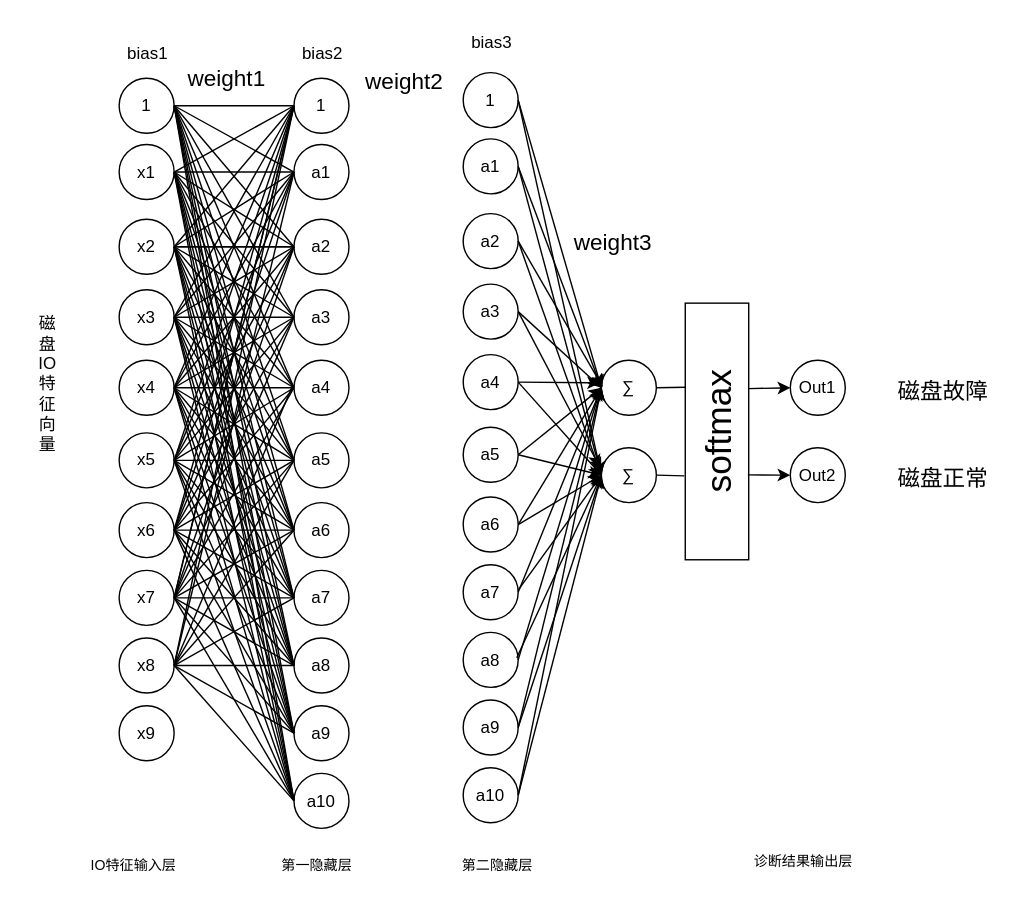
This is 专利-神经网络结构.drawio from yihezhou/diagrams, a draw.io file, before an edit. Source tidied: cells renumbered, new cells numbered last; positions are measured from the earlier drawing's top-left corner, leaving out a move shared by most shapes. Both pictures are drawn from the tidied source at 141%, with x=0, y=0 at pixel (24, 24).
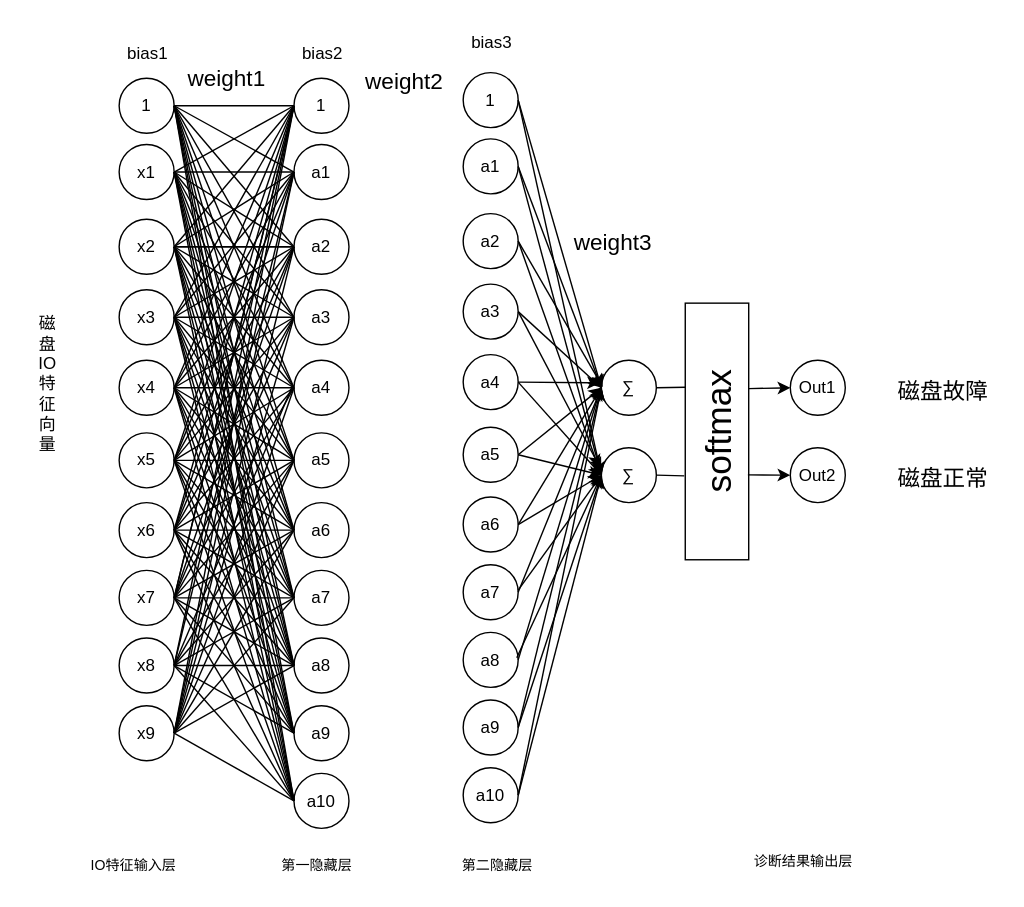
After the change.

Commit message (it also covers changes not shown here):
更新专利-神经网络结构.drawio

The change refers to these unchanged cells:
```xml
<mxCell id="12" value="x9" style="ellipse;whiteSpace=wrap;html=1;" parent="1" vertex="1">
  <mxGeometry x="67" y="483" width="39" height="39" as="geometry" />
</mxCell>
<mxCell id="14" value="a1" style="ellipse;whiteSpace=wrap;html=1;" parent="1" vertex="1">
  <mxGeometry x="191" y="85" width="39" height="39" as="geometry" />
</mxCell>
<mxCell id="15" value="a2" style="ellipse;whiteSpace=wrap;html=1;" parent="1" vertex="1">
  <mxGeometry x="191" y="138" width="39" height="39" as="geometry" />
</mxCell>
<mxCell id="16" value="a3" style="ellipse;whiteSpace=wrap;html=1;" parent="1" vertex="1">
  <mxGeometry x="191" y="188" width="39" height="39" as="geometry" />
</mxCell>
<mxCell id="17" value="a4" style="ellipse;whiteSpace=wrap;html=1;" parent="1" vertex="1">
  <mxGeometry x="191" y="238" width="39" height="39" as="geometry" />
</mxCell>
<mxCell id="18" value="a5" style="ellipse;whiteSpace=wrap;html=1;" parent="1" vertex="1">
  <mxGeometry x="191" y="289.5" width="39" height="39" as="geometry" />
</mxCell>
<mxCell id="19" value="a6" style="ellipse;whiteSpace=wrap;html=1;" parent="1" vertex="1">
  <mxGeometry x="191" y="339" width="39" height="39" as="geometry" />
</mxCell>
<mxCell id="20" value="a7" style="ellipse;whiteSpace=wrap;html=1;" parent="1" vertex="1">
  <mxGeometry x="191" y="387" width="39" height="39" as="geometry" />
</mxCell>
<mxCell id="21" value="a8" style="ellipse;whiteSpace=wrap;html=1;" parent="1" vertex="1">
  <mxGeometry x="191" y="435" width="39" height="39" as="geometry" />
</mxCell>
<mxCell id="23" value="1" style="ellipse;whiteSpace=wrap;html=1;" parent="1" vertex="1">
  <mxGeometry x="191" y="38" width="39" height="39" as="geometry" />
</mxCell>
<mxCell id="25" value="a10" style="ellipse;whiteSpace=wrap;html=1;" parent="1" vertex="1">
  <mxGeometry x="191" y="531" width="39" height="39" as="geometry" />
</mxCell>
```

Change to the diagram source:
```diff
@@
+    <mxCell id="176" style="endArrow=none;html=1;rounded=0;exitX=1;exitY=0.5;exitDx=0;exitDy=0;entryX=0;entryY=0.5;entryDx=0;entryDy=0;" parent="1" edge="1" source="12" target="23">
+      <mxGeometry relative="1" as="geometry" />
+    </mxCell>
+    <mxCell id="177" style="endArrow=none;html=1;rounded=0;exitX=1;exitY=0.5;exitDx=0;exitDy=0;entryX=0;entryY=0.5;entryDx=0;entryDy=0;" parent="1" edge="1" source="12" target="14">
+      <mxGeometry relative="1" as="geometry" />
+    </mxCell>
+    <mxCell id="178" style="endArrow=none;html=1;rounded=0;exitX=1;exitY=0.5;exitDx=0;exitDy=0;entryX=0;entryY=0.5;entryDx=0;entryDy=0;" parent="1" edge="1" source="12" target="15">
+      <mxGeometry relative="1" as="geometry" />
+    </mxCell>
+    <mxCell id="179" style="endArrow=none;html=1;rounded=0;exitX=1;exitY=0.5;exitDx=0;exitDy=0;entryX=0;entryY=0.5;entryDx=0;entryDy=0;" parent="1" edge="1" source="12" target="16">
+      <mxGeometry relative="1" as="geometry" />
+    </mxCell>
+    <mxCell id="180" style="endArrow=none;html=1;rounded=0;exitX=1;exitY=0.5;exitDx=0;exitDy=0;entryX=0;entryY=0.5;entryDx=0;entryDy=0;" parent="1" edge="1" source="12" target="17">
+      <mxGeometry relative="1" as="geometry" />
+    </mxCell>
+    <mxCell id="181" style="endArrow=none;html=1;rounded=0;exitX=1;exitY=0.5;exitDx=0;exitDy=0;entryX=0;entryY=0.5;entryDx=0;entryDy=0;" parent="1" edge="1" source="12" target="18">
+      <mxGeometry relative="1" as="geometry" />
+    </mxCell>
+    <mxCell id="182" style="endArrow=none;html=1;rounded=0;exitX=1;exitY=0.5;exitDx=0;exitDy=0;entryX=0;entryY=0.5;entryDx=0;entryDy=0;" parent="1" edge="1" source="12" target="19">
+      <mxGeometry relative="1" as="geometry" />
+    </mxCell>
+    <mxCell id="183" style="endArrow=none;html=1;rounded=0;exitX=1;exitY=0.5;exitDx=0;exitDy=0;entryX=0;entryY=0.5;entryDx=0;entryDy=0;" parent="1" edge="1" source="12" target="20">
+      <mxGeometry relative="1" as="geometry" />
+    </mxCell>
+    <mxCell id="184" style="endArrow=none;html=1;rounded=0;exitX=1;exitY=0.5;exitDx=0;exitDy=0;entryX=0;entryY=0.5;entryDx=0;entryDy=0;" parent="1" edge="1" source="12" target="21">
+      <mxGeometry relative="1" as="geometry" />
+    </mxCell>
+    <mxCell id="185" style="endArrow=none;html=1;rounded=0;exitX=1;exitY=0.5;exitDx=0;exitDy=0;entryX=0;entryY=0.5;entryDx=0;entryDy=0;" parent="1" edge="1" source="12" target="25">
+      <mxGeometry relative="1" as="geometry" />
+    </mxCell>
```
